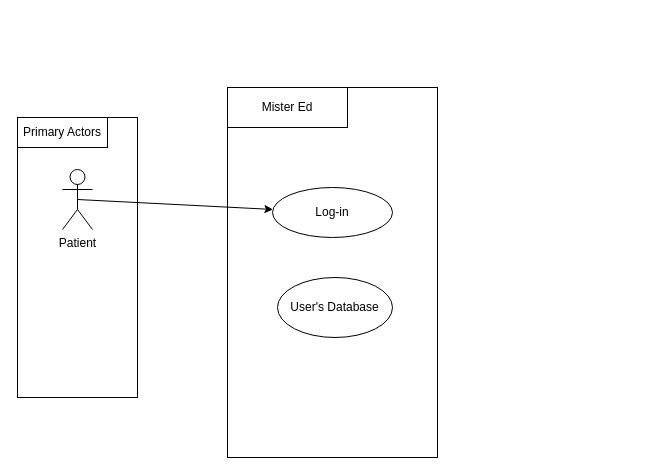
Above: UC_01.drawio in SENG-350-2024-fall/Team-6 (draw.io), before the change. Source tidied: cells renumbered, new cells numbered last; positions are measured from the earlier drawing's top-left corner, leaving out a move shared by most shapes. Both pictures are drawn from the tidied source at 100%, with x=0, y=0 at pixel (17, 87).
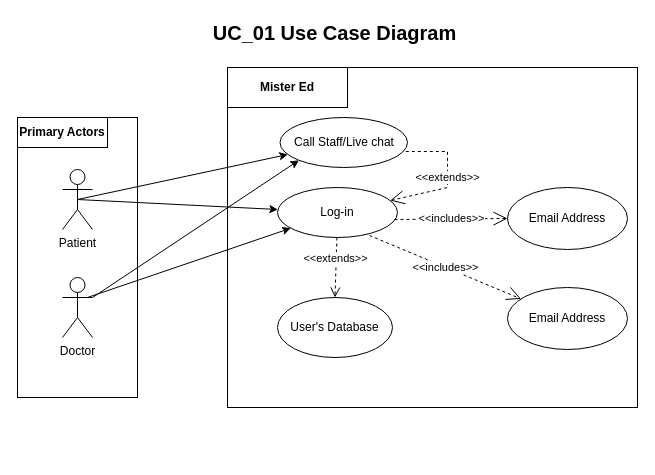
After the change.

Unchanged cells that the change refers to:
```xml
<mxCell id="8" value="Patient" style="shape=umlActor;verticalLabelPosition=bottom;verticalAlign=top;html=1;outlineConnect=0;" parent="1" vertex="1">
  <mxGeometry x="45" y="82" width="30" height="60" as="geometry" />
</mxCell>
```

Diff of the diagram source:
```diff
@@
     <mxCell id="2" style="rounded=0;whiteSpace=wrap;html=1;" parent="1" vertex="1">
-      <mxGeometry x="210" width="210" height="370" as="geometry" />
+      <mxGeometry x="210" y="-20" width="410" height="340" as="geometry" />
     </mxCell>
-    <mxCell id="3" value=" Mister Ed" style="rounded=0;whiteSpace=wrap;html=1;" parent="1" vertex="1">
-      <mxGeometry x="210" width="120" height="40" as="geometry" />
+    <mxCell id="3" value="&lt;b&gt; Mister Ed&lt;/b&gt;" style="rounded=0;whiteSpace=wrap;html=1;" parent="1" vertex="1">
+      <mxGeometry x="210" y="-20" width="120" height="40" as="geometry" />
     </mxCell>
     <mxCell id="4" value="Log-in" style="ellipse;whiteSpace=wrap;html=1;" parent="1" vertex="1">
-      <mxGeometry x="255" y="100" width="120" height="50" as="geometry" />
+      <mxGeometry x="260" y="100" width="120" height="50" as="geometry" />
     </mxCell>
     <mxCell id="5" value="User's Database" style="ellipse;whiteSpace=wrap;html=1;" parent="1" vertex="1">
-      <mxGeometry x="260" y="190" width="115" height="60" as="geometry" />
+      <mxGeometry x="260" y="210" width="115" height="60" as="geometry" />
     </mxCell>
@@
-    <mxCell id="9" value="Primary Actors" style="rounded=0;whiteSpace=wrap;html=1;" parent="1" vertex="1">
+    <mxCell id="9" value="&lt;b&gt;Primary Actors&lt;/b&gt;" style="rounded=0;whiteSpace=wrap;html=1;" parent="1" vertex="1">
       <mxGeometry y="30" width="90" height="30" as="geometry" />
     </mxCell>
+    <mxCell id="10" value="&amp;lt;&amp;lt;extends&amp;gt;&amp;gt;" style="html=1;verticalAlign=bottom;endArrow=open;dashed=1;endSize=8;curved=0;rounded=0;entryX=0.5;entryY=0;entryDx=0;entryDy=0;" parent="1" edge="1" source="4" target="5">
+      <mxGeometry relative="1" as="geometry" />
+    </mxCell>
+    <mxCell id="11" value="Email Address" style="ellipse;whiteSpace=wrap;html=1;" parent="1" vertex="1">
+      <mxGeometry x="490" y="100" width="120" height="62" as="geometry" />
+    </mxCell>
+    <mxCell id="12" value="&amp;lt;&amp;lt;includes&amp;gt;&amp;gt;" style="endArrow=open;endSize=12;dashed=1;html=1;rounded=0;entryX=0;entryY=0.5;entryDx=0;entryDy=0;exitX=0.975;exitY=0.64;exitDx=0;exitDy=0;exitPerimeter=0;" parent="1" edge="1" source="4" target="11">
+      <mxGeometry relative="1" as="geometry" />
+    </mxCell>
+    <mxCell id="13" value="Email Address" style="ellipse;whiteSpace=wrap;html=1;" parent="1" vertex="1">
+      <mxGeometry x="490" y="200" width="120" height="62" as="geometry" />
+    </mxCell>
+    <mxCell id="14" value="&amp;lt;&amp;lt;includes&amp;gt;&amp;gt;" style="endArrow=open;endSize=12;dashed=1;html=1;rounded=0;exitX=0.767;exitY=0.96;exitDx=0;exitDy=0;exitPerimeter=0;" parent="1" edge="1" source="4" target="13">
+      <mxGeometry relative="1" as="geometry" />
+    </mxCell>
+    <mxCell id="15" value="Doctor" style="shape=umlActor;verticalLabelPosition=bottom;verticalAlign=top;html=1;outlineConnect=0;" parent="1" vertex="1">
+      <mxGeometry x="45" y="190" width="30" height="60" as="geometry" />
+    </mxCell>
+    <mxCell id="16" style="endArrow=classic;html=1;rounded=0;exitX=0.833;exitY=0.333;exitDx=0;exitDy=0;exitPerimeter=0;" parent="1" edge="1" source="15" target="4">
+      <mxGeometry relative="1" as="geometry" />
+    </mxCell>
+    <mxCell id="17" value="&lt;b&gt;&lt;font style=&quot;font-size: 20px;&quot;&gt;UC_01 Use Case Diagram&lt;/font&gt;&lt;/b&gt;" style="text;html=1;align=center;verticalAlign=middle;whiteSpace=wrap;rounded=0;" parent="1" vertex="1">
+      <mxGeometry x="170" y="-70" width="295" height="30" as="geometry" />
+    </mxCell>
+    <mxCell id="18" value="Call Staff/Live chat" style="ellipse;whiteSpace=wrap;html=1;" parent="1" vertex="1">
+      <mxGeometry x="262.5" y="30" width="127.5" height="50" as="geometry" />
+    </mxCell>
+    <mxCell id="19" style="endArrow=classic;html=1;rounded=0;exitX=0.5;exitY=0.5;exitDx=0;exitDy=0;exitPerimeter=0;" parent="1" edge="1" source="8" target="18">
+      <mxGeometry relative="1" as="geometry" />
+    </mxCell>
+    <mxCell id="20" value="&amp;lt;&amp;lt;extends&amp;gt;&amp;gt;" style="endArrow=open;endSize=12;dashed=1;html=1;rounded=0;exitX=0.987;exitY=0.68;exitDx=0;exitDy=0;exitPerimeter=0;" parent="1" edge="1" source="18" target="4">
+      <mxGeometry x="-0.01" relative="1" as="geometry">
+        <Array as="points">
+          <mxPoint x="430" y="64" />
+          <mxPoint x="430" y="100" />
+        </Array>
+      </mxGeometry>
+    </mxCell>
+    <mxCell id="21" style="endArrow=classic;html=1;rounded=0;entryX=0;entryY=1;entryDx=0;entryDy=0;" parent="1" edge="1" source="15" target="18">
+      <mxGeometry relative="1" as="geometry" />
+    </mxCell>
```
